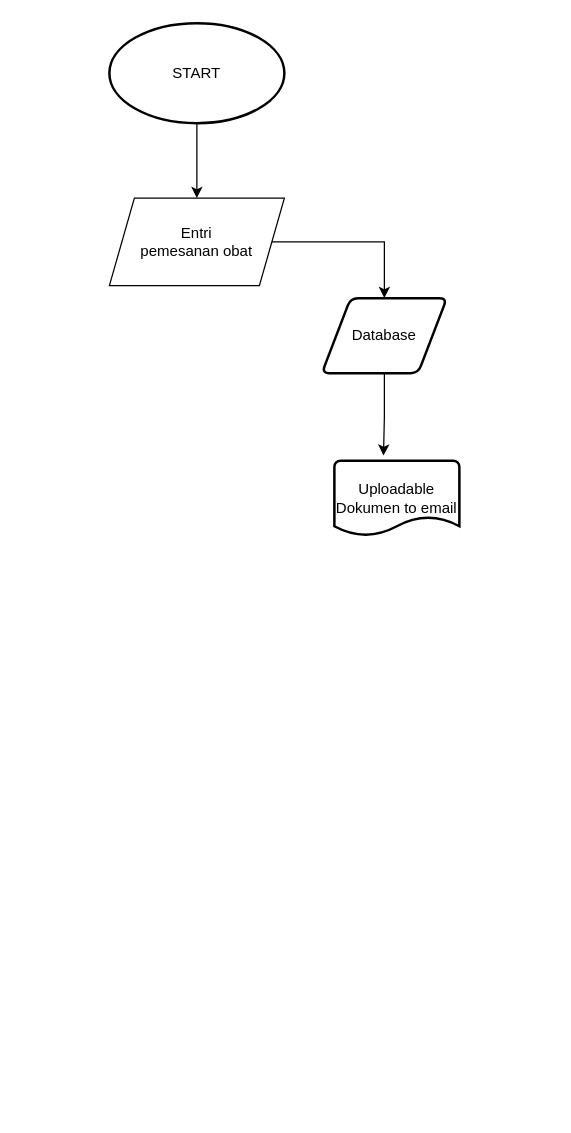
Above: Diagram Tanpa Judul.drawio in RilSteel/graph (draw.io), before the change. Source tidied: cells renumbered, new cells numbered last; positions are measured from the earlier drawing's top-left corner, leaving out a move shared by most shapes. Both pictures are drawn from the tidied source at 125%, with x=0, y=0 at pixel (109, 22).
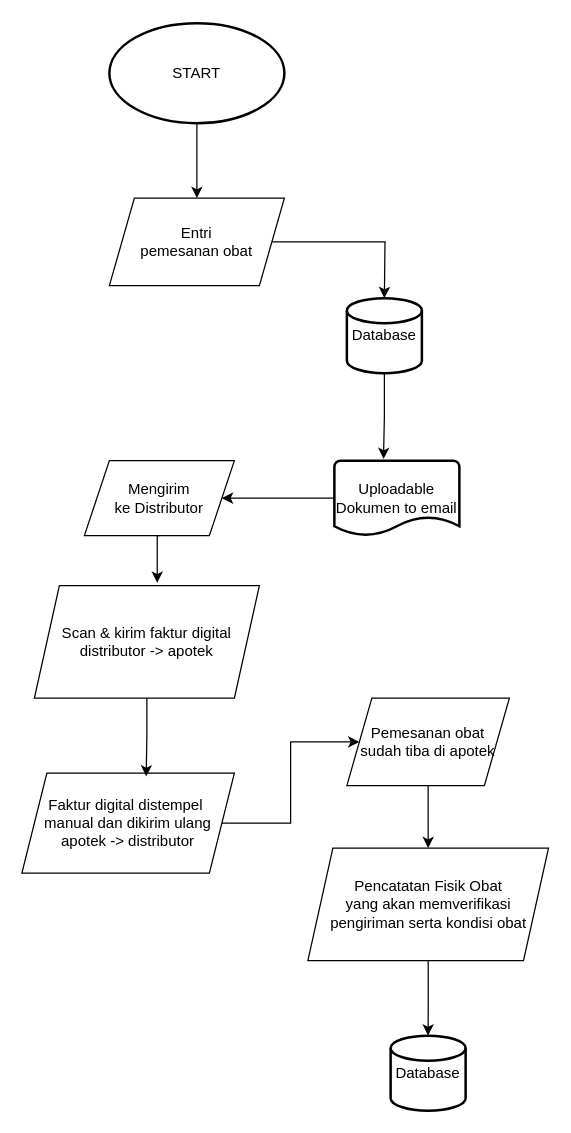
The same diagram, later.

Unchanged cells that the change refers to:
```xml
<mxCell id="5" value="Entri&lt;br&gt;&lt;div&gt;pemesanan obat&lt;/div&gt;" style="shape=parallelogram;perimeter=parallelogramPerimeter;whiteSpace=wrap;html=1;fixedSize=1;" parent="1" vertex="1">
  <mxGeometry y="140" width="140" height="70" as="geometry" />
</mxCell>
<mxCell id="7" value="Uploadable&lt;div&gt;Dokumen to email&lt;/div&gt;" style="strokeWidth=2;html=1;shape=mxgraph.flowchart.document2;whiteSpace=wrap;size=0.25;" parent="1" vertex="1">
  <mxGeometry x="180" y="350" width="100" height="60" as="geometry" />
</mxCell>
```

Change to the diagram source:
```diff
@@
-    <mxCell id="4" style="edgeStyle=orthogonalEdgeStyle;rounded=0;jettySize=auto;html=1;" parent="1" edge="1" source="5" target="6">
-      <mxGeometry relative="1" as="geometry" />
+    <mxCell id="4" style="edgeStyle=orthogonalEdgeStyle;rounded=0;jettySize=auto;html=1;" parent="1" edge="1" source="5">
+      <mxGeometry relative="1" as="geometry">
+        <mxPoint x="220" y="220" as="targetPoint" />
+      </mxGeometry>
     </mxCell>
@@
-    <mxCell id="6" value="Database" style="shape=parallelogram;html=1;strokeWidth=2;perimeter=parallelogramPerimeter;whiteSpace=wrap;rounded=1;arcSize=12;size=0.23;" parent="1" vertex="1">
-      <mxGeometry x="170" y="220" width="100" height="60" as="geometry" />
-    </mxCell>
+    <mxCell id="9" style="edgeStyle=orthogonalEdgeStyle;rounded=0;jettySize=auto;html=1;entryX=1;entryY=0.5;entryDx=0;entryDy=0;" parent="1" edge="1" source="7" target="12">
+      <mxGeometry relative="1" as="geometry" />
+    </mxCell>
@@
-    <mxCell id="8" style="edgeStyle=orthogonalEdgeStyle;rounded=0;jettySize=auto;html=1;exitX=0.5;exitY=1;exitDx=0;exitDy=0;entryX=0.393;entryY=-0.067;entryDx=0;entryDy=0;entryPerimeter=0;" parent="1" edge="1" source="6" target="7">
-      <mxGeometry relative="1" as="geometry" />
-    </mxCell>
+    <mxCell id="10" value="Database" style="strokeWidth=2;html=1;shape=mxgraph.flowchart.database;whiteSpace=wrap;" parent="1" vertex="1">
+      <mxGeometry x="190" y="220" width="60" height="60" as="geometry" />
+    </mxCell>
+    <mxCell id="11" style="edgeStyle=orthogonalEdgeStyle;rounded=0;jettySize=auto;html=1;entryX=0.393;entryY=-0.022;entryDx=0;entryDy=0;entryPerimeter=0;" parent="1" edge="1" source="10" target="7">
+      <mxGeometry relative="1" as="geometry" />
+    </mxCell>
+    <mxCell id="12" value="Mengirim&lt;div&gt;ke Distributor&lt;/div&gt;" style="shape=parallelogram;perimeter=parallelogramPerimeter;whiteSpace=wrap;html=1;fixedSize=1;" parent="1" vertex="1">
+      <mxGeometry x="-20" y="350" width="120" height="60" as="geometry" />
+    </mxCell>
+    <mxCell id="13" value="Scan &amp;amp; kirim faktur digital&lt;div&gt;distributor -&amp;gt; apotek&lt;/div&gt;" style="shape=parallelogram;perimeter=parallelogramPerimeter;whiteSpace=wrap;html=1;fixedSize=1;" parent="1" vertex="1">
+      <mxGeometry x="-60" y="450" width="180" height="90" as="geometry" />
+    </mxCell>
+    <mxCell id="14" style="edgeStyle=orthogonalEdgeStyle;rounded=0;jettySize=auto;html=1;exitX=0.5;exitY=1;exitDx=0;exitDy=0;entryX=0.546;entryY=-0.025;entryDx=0;entryDy=0;entryPerimeter=0;" parent="1" edge="1" source="12" target="13">
+      <mxGeometry relative="1" as="geometry" />
+    </mxCell>
+    <mxCell id="15" style="edgeStyle=orthogonalEdgeStyle;rounded=0;jettySize=auto;html=1;exitX=1;exitY=0.5;exitDx=0;exitDy=0;entryX=0;entryY=0.5;entryDx=0;entryDy=0;" parent="1" edge="1" source="16" target="19">
+      <mxGeometry relative="1" as="geometry" />
+    </mxCell>
+    <mxCell id="16" value="Faktur digital distempel&amp;nbsp;&lt;div&gt;manual dan dikirim ulang&lt;/div&gt;&lt;div&gt;apotek -&amp;gt; distributor&lt;/div&gt;" style="shape=parallelogram;perimeter=parallelogramPerimeter;whiteSpace=wrap;html=1;fixedSize=1;" parent="1" vertex="1">
+      <mxGeometry x="-70" y="600" width="170" height="80" as="geometry" />
+    </mxCell>
+    <mxCell id="17" style="edgeStyle=orthogonalEdgeStyle;rounded=0;jettySize=auto;html=1;entryX=0.585;entryY=0.033;entryDx=0;entryDy=0;entryPerimeter=0;" parent="1" edge="1" source="13" target="16">
+      <mxGeometry relative="1" as="geometry" />
+    </mxCell>
+    <mxCell id="18" style="edgeStyle=orthogonalEdgeStyle;rounded=0;jettySize=auto;html=1;entryX=0.5;entryY=0;entryDx=0;entryDy=0;" parent="1" edge="1" source="19" target="20">
+      <mxGeometry relative="1" as="geometry" />
+    </mxCell>
+    <mxCell id="19" value="Pemesanan obat&lt;div&gt;sudah tiba di apotek&lt;/div&gt;" style="shape=parallelogram;perimeter=parallelogramPerimeter;whiteSpace=wrap;html=1;fixedSize=1;" parent="1" vertex="1">
+      <mxGeometry x="190" y="540" width="130" height="70" as="geometry" />
+    </mxCell>
+    <mxCell id="20" value="Pencatatan Fisik Obat&lt;div&gt;yang akan memverifikasi&lt;/div&gt;&lt;div&gt;pengiriman serta kondisi obat&lt;/div&gt;" style="shape=parallelogram;perimeter=parallelogramPerimeter;whiteSpace=wrap;html=1;fixedSize=1;" parent="1" vertex="1">
+      <mxGeometry x="158.8" y="660" width="192.5" height="90" as="geometry" />
+    </mxCell>
+    <mxCell id="21" value="Database" style="strokeWidth=2;html=1;shape=mxgraph.flowchart.database;whiteSpace=wrap;" parent="1" vertex="1">
+      <mxGeometry x="225" y="810" width="60" height="60" as="geometry" />
+    </mxCell>
+    <mxCell id="22" style="edgeStyle=orthogonalEdgeStyle;rounded=0;jettySize=auto;html=1;exitX=0.5;exitY=1;exitDx=0;exitDy=0;entryX=0.5;entryY=0;entryDx=0;entryDy=0;entryPerimeter=0;" parent="1" edge="1" source="20" target="21">
+      <mxGeometry relative="1" as="geometry" />
+    </mxCell>
```
